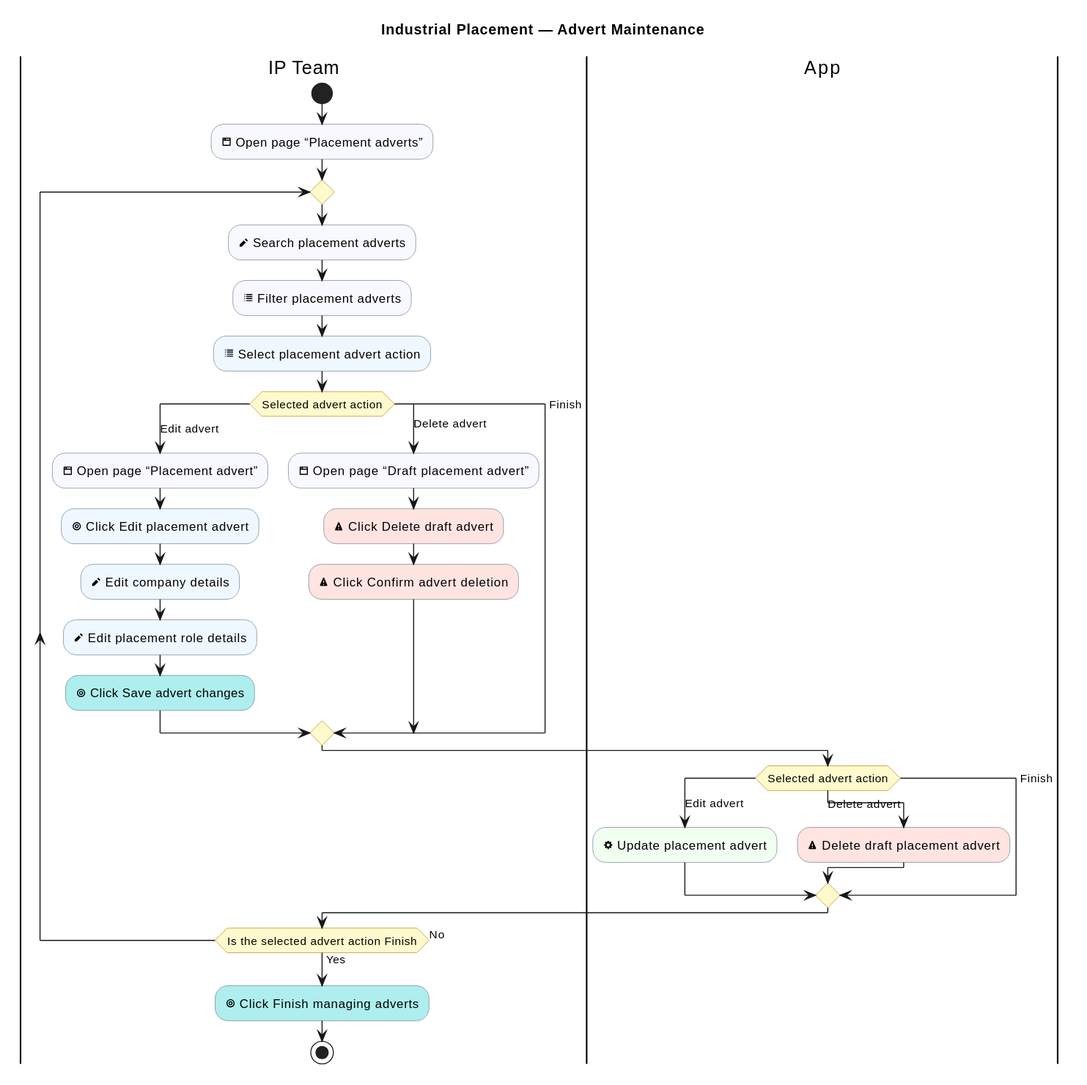
sdflkjssl/sdflkjssl.github.io keeps this PlantUML diagram as industrial-placement-group-project/diagrams/industrial-placement/advert-maintenance.svg. Above is the earlier version.
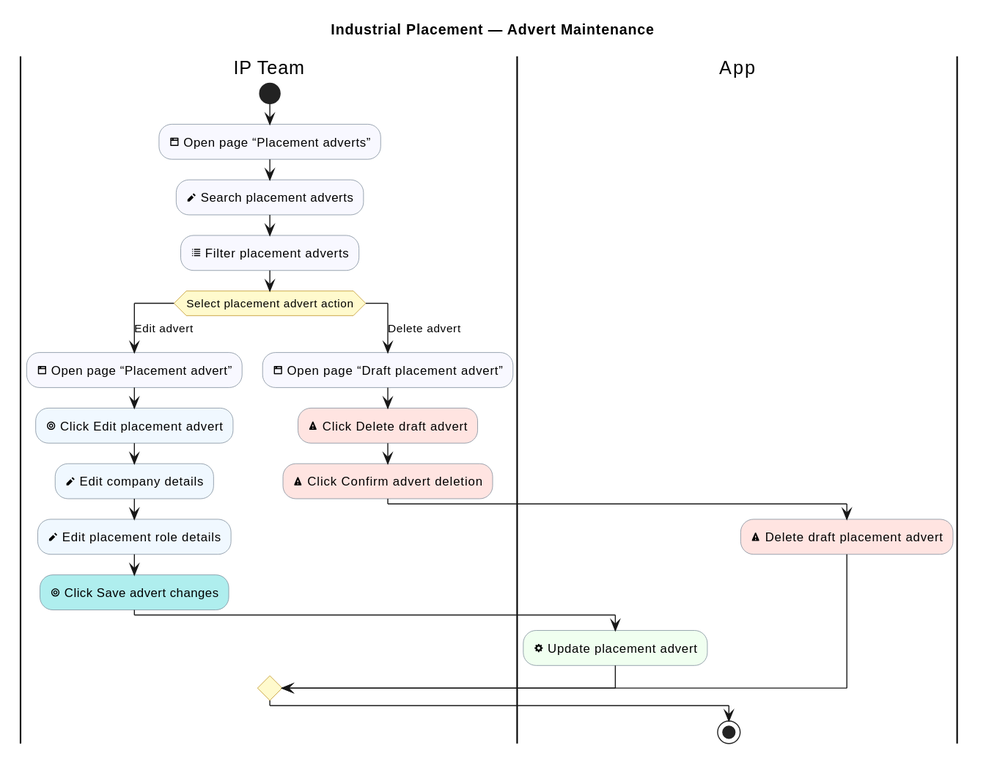
Above is the later version.

Diff of the diagram source:
```diff
@@ -13,34 +13,25 @@
 |IP Team|
 start
 :<&browser> Open page “Placement adverts”; <<#GhostWhite>>
-repeat
   :<&pencil> Search placement adverts; <<#GhostWhite>>
   :<&list> Filter placement adverts; <<#GhostWhite>>
-  :<&list> Select placement advert action; <<#AliceBlue>>
-  switch (Selected advert action)
+  switch (Select placement advert action)
   case (Edit advert)
+    |IP Team|
     :<&browser> Open page “Placement advert”; <<#GhostWhite>>
     :<&target> Click Edit placement advert; <<#AliceBlue>>
     :<&pencil> Edit company details; <<#AliceBlue>>
     :<&pencil> Edit placement role details; <<#AliceBlue>>
     :<&target> Click Save advert changes; <<#PaleTurquoise>>
+    |App|
+    :<&cog> Update placement advert; <<#HoneyDew>>
   case (Delete advert)
+    |IP Team|
     :<&browser> Open page “Draft placement advert”; <<#GhostWhite>>
     :<&warning> Click Delete draft advert; <<#MistyRose>>
     :<&warning> Click Confirm advert deletion; <<#MistyRose>>
-  case (Finish)
+    |App|
+    :<&warning> Delete draft placement advert; <<#MistyRose>>
   endswitch
-
-  |App|
-  switch (Selected advert action)
-  case (Edit advert)
-    :<&cog> Update placement advert; <<#HoneyDew>>
-  case (Delete advert)
-    :<&warning> Delete draft placement advert; <<#MistyRose>>
-  case (Finish)
-  endswitch
-  |IP Team|
-repeat while (Is the selected advert action Finish) is (No) not (Yes)
-:<&target> Click Finish managing adverts; <<#PaleTurquoise>>
 stop
 @enduml
```
